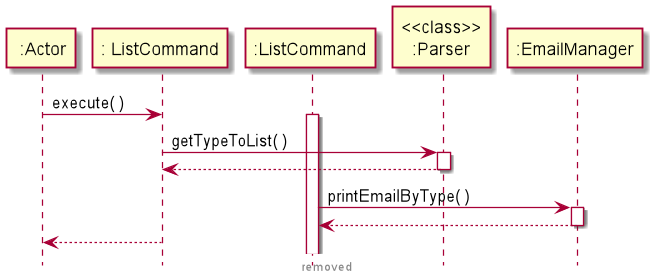
The PlantUML diagram docs/Sequence Diagrams/ListCommand.png in yanli1215/tp, before a commit.
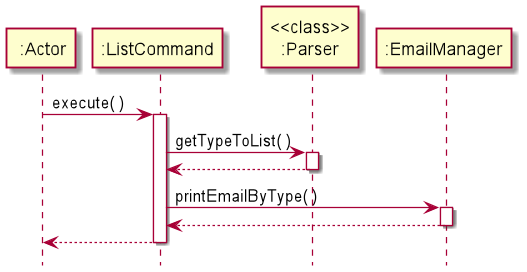
Later version of the same file.

The edit, as a diff of the source:
```diff
@@ -2,16 +2,15 @@
 participant " :Actor"
 
 hide footbox
-Footer removed
 
-" :Actor" -> ": ListCommand" : execute( )
+" :Actor" -> ":ListCommand" : execute( )
 activate ":ListCommand"
 
 
-": ListCommand" -> "<<class>>\n:Parser" : getTypeToList( )
+":ListCommand" -> "<<class>>\n:Parser" : getTypeToList( )
 activate "<<class>>\n:Parser"
 
-"<<class>>\n:Parser" --> ": ListCommand"
+"<<class>>\n:Parser" --> ":ListCommand"
 deactivate "<<class>>\n:Parser"
 
 ":ListCommand" -> ":EmailManager" : printEmailByType( )
```
